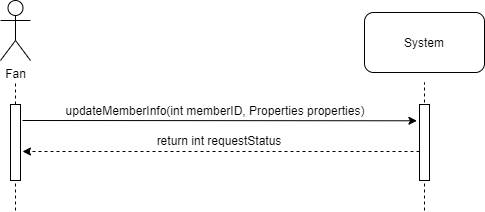
Above: doc/use_cases/diagrams/ssd_fan/updateMemberInfo.png in Zshoham/Morbis (draw.io), before the change. Source tidied: cells renumbered, new cells last; positions are measured from the earlier drawing's top-left corner, leaving out a move shared by most shapes. Its diagram source:
```xml
<mxGraphModel background="#ffffff">
  <root>
    <mxCell id="0" />
    <mxCell id="1" parent="0" />
    <mxCell id="2" value="Fan" style="shape=umlActor;verticalLabelPosition=bottom;labelBackgroundColor=#ffffff;verticalAlign=top;html=1;" parent="1" vertex="1">
      <mxGeometry width="30" height="60" as="geometry" />
    </mxCell>
    <mxCell id="3" style="endArrow=none;dashed=1;html=1;" parent="1" edge="1" source="4">
      <mxGeometry relative="1" as="geometry">
        <mxPoint x="15" y="82" as="targetPoint" />
      </mxGeometry>
    </mxCell>
    <mxCell id="4" style="rounded=0;whiteSpace=wrap;html=1;" parent="1" vertex="1">
      <mxGeometry x="10" y="104" width="10" height="76" as="geometry" />
    </mxCell>
    <mxCell id="5" style="endArrow=none;dashed=1;html=1;" parent="1" edge="1" target="4">
      <mxGeometry relative="1" as="geometry">
        <mxPoint x="15" y="210" as="sourcePoint" />
      </mxGeometry>
    </mxCell>
    <mxCell id="6" style="endArrow=none;dashed=1;html=1;" parent="1" edge="1">
      <mxGeometry relative="1" as="geometry">
        <mxPoint x="424" y="210" as="sourcePoint" />
        <mxPoint x="424" y="82" as="targetPoint" />
      </mxGeometry>
    </mxCell>
    <mxCell id="7" style="rounded=0;whiteSpace=wrap;html=1;" parent="1" vertex="1">
      <mxGeometry x="419" y="104" width="10" height="76" as="geometry" />
    </mxCell>
    <mxCell id="8" value="System" style="rounded=1;whiteSpace=wrap;html=1;" parent="1" vertex="1">
      <mxGeometry x="364" y="12" width="120" height="60" as="geometry" />
    </mxCell>
    <mxCell id="9" style="endArrow=classic;html=1;entryX=-0.257;entryY=0.405;entryDx=0;entryDy=0;entryPerimeter=0;" parent="1" edge="1">
      <mxGeometry relative="1" as="geometry">
        <mxPoint x="22" y="120" as="sourcePoint" />
        <mxPoint x="416.4" y="120.3" as="targetPoint" />
      </mxGeometry>
    </mxCell>
    <mxCell id="10" value="updateMemberInfo(int memberID, Properties properties)" style="text;html=1;strokeColor=none;fillColor=none;align=center;verticalAlign=middle;whiteSpace=wrap;rounded=0;" parent="1" vertex="1">
      <mxGeometry x="60" y="100" width="310" height="20" as="geometry" />
    </mxCell>
    <mxCell id="11" style="endArrow=classic;html=1;dashed=1;" parent="1" edge="1">
      <mxGeometry relative="1" as="geometry">
        <mxPoint x="419" y="151" as="sourcePoint" />
        <mxPoint x="22" y="151" as="targetPoint" />
      </mxGeometry>
    </mxCell>
    <mxCell id="12" value="return int requestStatus" style="text;html=1;align=center;verticalAlign=middle;whiteSpace=wrap;rounded=0;" parent="1" vertex="1">
      <mxGeometry x="83.5" y="130" width="270" height="20" as="geometry" />
    </mxCell>
  </root>
</mxGraphModel>
```
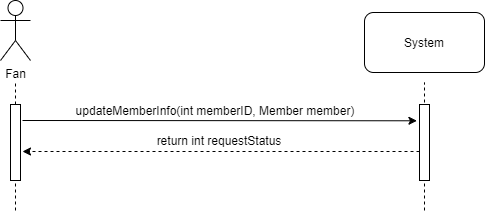
Above is the later version.

Change to the diagram source:
```diff
@@ -36,7 +36,7 @@
         <mxPoint x="416.4" y="120.3" as="targetPoint" />
       </mxGeometry>
     </mxCell>
-    <mxCell id="10" value="updateMemberInfo(int memberID, Properties properties)" style="text;html=1;strokeColor=none;fillColor=none;align=center;verticalAlign=middle;whiteSpace=wrap;rounded=0;" parent="1" vertex="1">
+    <mxCell id="10" value="updateMemberInfo(int memberID, Member member)" style="text;html=1;strokeColor=none;fillColor=none;align=center;verticalAlign=middle;whiteSpace=wrap;rounded=0;" parent="1" vertex="1">
       <mxGeometry x="60" y="100" width="310" height="20" as="geometry" />
     </mxCell>
     <mxCell id="11" style="endArrow=classic;html=1;dashed=1;" parent="1" edge="1">
```
